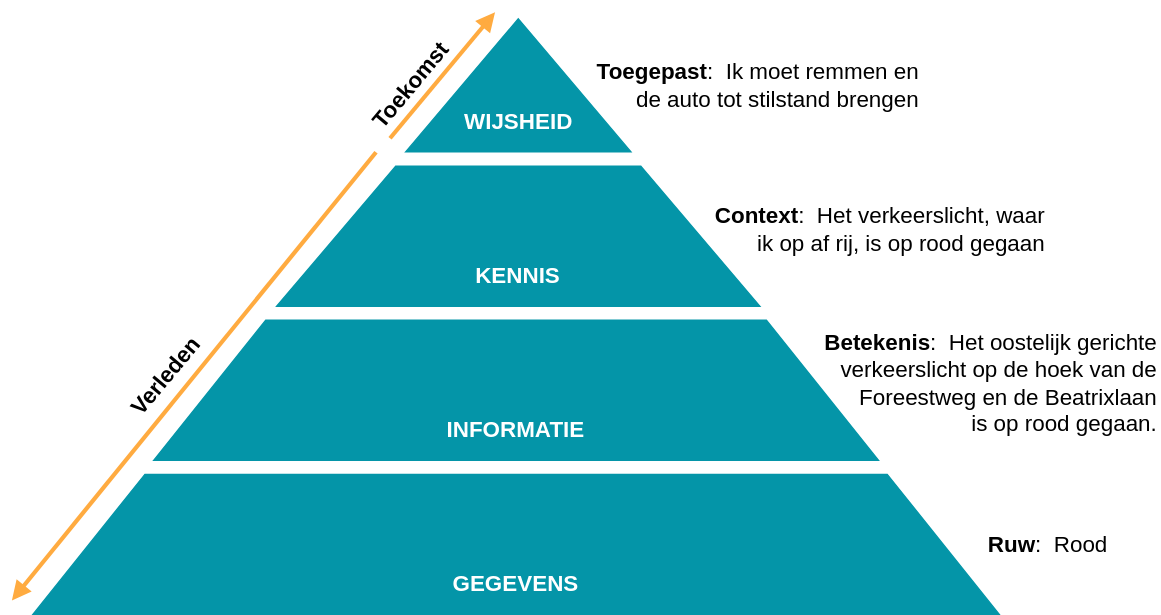
Earlier version of the draw.io export .gitbook/assets/motivation/wisdom.svg (dizra/docs). Source tidied: cells renumbered, new cells last; positions are measured from the earlier drawing's top-left corner, leaving out a move shared by most shapes.
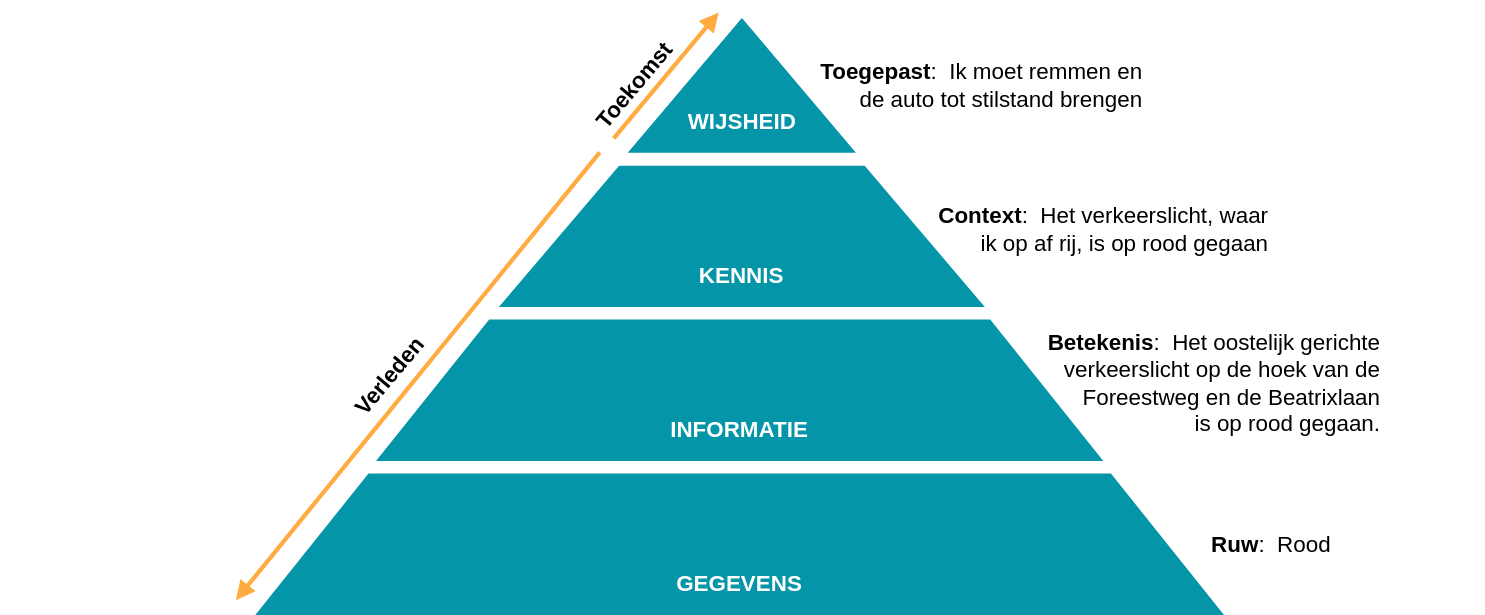
Above is the later version.

What changed in the source:
```diff
@@ -47,5 +47,8 @@
     <mxCell id="14" value="&lt;b&gt;Toegepast&lt;/b&gt;:&amp;nbsp; Ik moet remmen en &lt;br&gt;de auto tot stilstand brengen" style="text;html=1;strokeColor=none;fillColor=none;align=right;verticalAlign=middle;whiteSpace=wrap;rounded=0;fontSize=16;fontColor=#000000;" parent="1" vertex="1">
       <mxGeometry x="410" y="35.4" width="240" height="90" as="geometry" />
     </mxCell>
+    <mxCell id="15" style="rounded=0;whiteSpace=wrap;html=1;fillColor=none;strokeColor=none;" parent="1" vertex="1">
+      <mxGeometry x="-168.4" y="358.1" width="1060" height="60" as="geometry" />
+    </mxCell>
   </root>
 </mxGraphModel>
```
